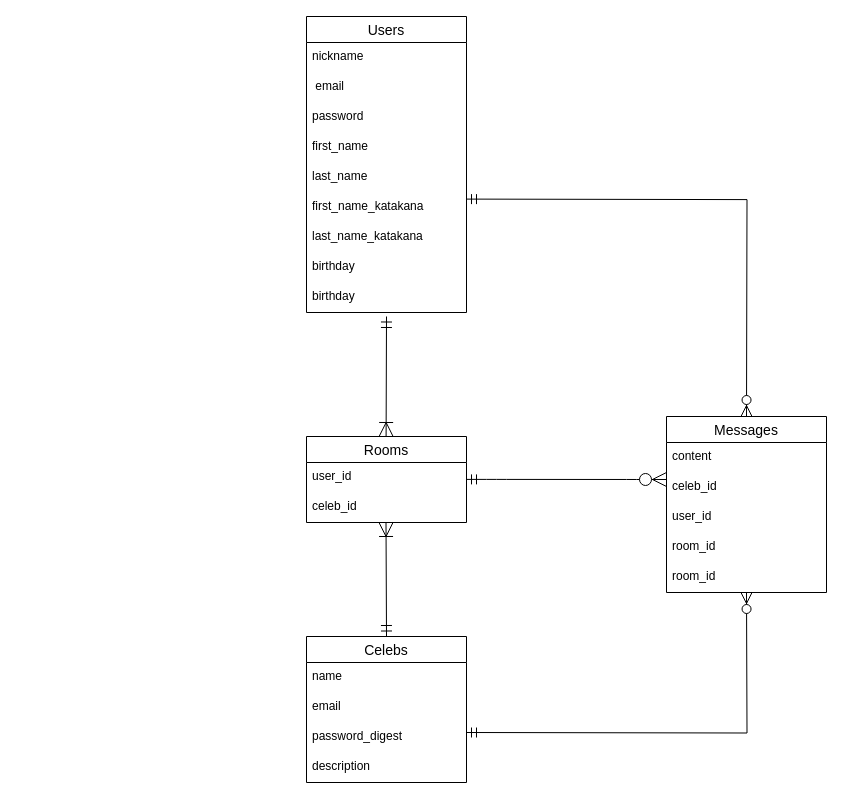
soma1999/myapp keeps this draw.io diagram as test.dio. Above is the earlier version. Source tidied: cells renumbered, new cells numbered last; positions are measured from the earlier drawing's top-left corner, leaving out a move shared by most shapes. Both pictures are drawn from the tidied source at 100%, with x=0, y=0 at pixel (306, 16).
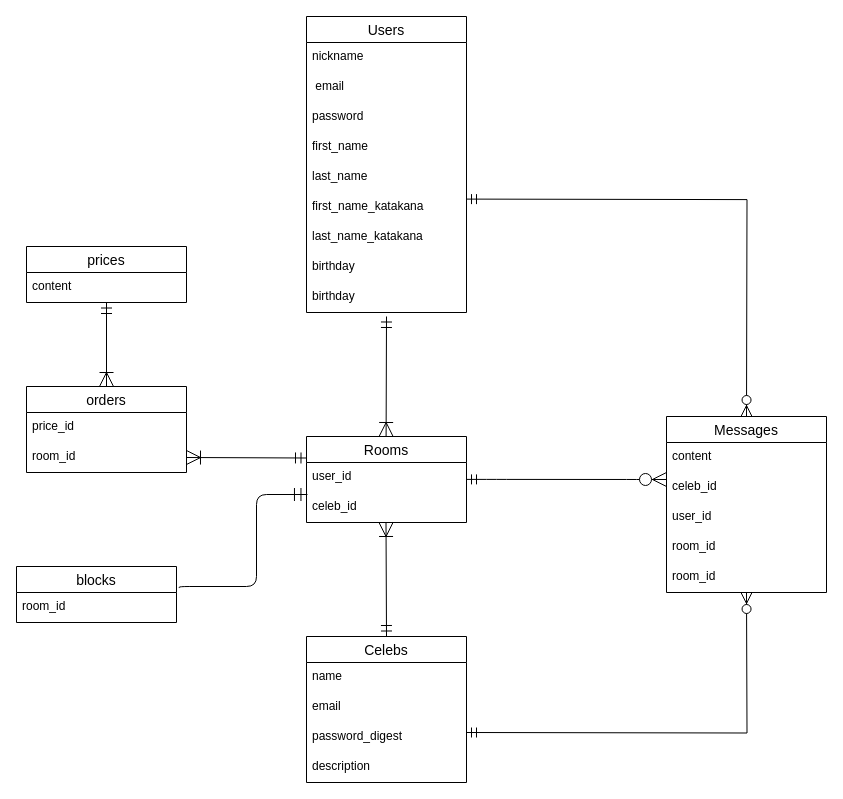
The same diagram, later.

The change refers to these unchanged cells:
```xml
<mxCell id="2" value="Rooms" style="swimlane;fontStyle=0;horizontal=1;startSize=26;align=center;fontSize=14;" parent="1" vertex="1">
  <mxGeometry y="420" width="160" height="86" as="geometry" />
</mxCell>
<mxCell id="3" value="user_id" style="text;strokeColor=none;fillColor=none;spacingLeft=4;spacingRight=4;overflow=hidden;points=[[0,0.5],[1,0.5]];portConstraint=eastwest;fontSize=12;" parent="2" vertex="1">
  <mxGeometry y="26" width="160" height="30" as="geometry" />
</mxCell>
```

The edit, as a diff of the source:
```diff
@@
+    <mxCell id="32" value="blocks" style="swimlane;fontStyle=0;horizontal=1;startSize=26;align=center;fontSize=14;" parent="1" vertex="1">
+      <mxGeometry x="-290" y="550" width="160" height="56" as="geometry" />
+    </mxCell>
+    <mxCell id="33" value="room_id" style="text;strokeColor=none;fillColor=none;spacingLeft=4;spacingRight=4;overflow=hidden;points=[[0,0.5],[1,0.5]];portConstraint=eastwest;fontSize=12;" parent="32" vertex="1">
+      <mxGeometry y="26" width="160" height="30" as="geometry" />
+    </mxCell>
+    <mxCell id="34" style="fontSize=12;html=1;endArrow=ERmandOne;entryX=0.006;entryY=1.067;entryDx=0;entryDy=0;entryPerimeter=0;endSize=11;edgeStyle=orthogonalEdgeStyle;exitX=1.017;exitY=-0.148;exitDx=0;exitDy=0;exitPerimeter=0;" parent="1" edge="1" source="33" target="3">
+      <mxGeometry relative="1" as="geometry">
+        <Array as="points">
+          <mxPoint x="-127" y="570" />
+          <mxPoint x="-50" y="570" />
+          <mxPoint x="-50" y="478" />
+        </Array>
+      </mxGeometry>
+    </mxCell>
+    <mxCell id="35" value="orders" style="swimlane;fontStyle=0;horizontal=1;startSize=26;align=center;fontSize=14;" parent="1" vertex="1">
+      <mxGeometry x="-280" y="370" width="160" height="86" as="geometry" />
+    </mxCell>
+    <mxCell id="36" value="price_id" style="text;strokeColor=none;fillColor=none;spacingLeft=4;spacingRight=4;overflow=hidden;fontSize=12;" parent="35" vertex="1">
+      <mxGeometry y="26" width="160" height="30" as="geometry" />
+    </mxCell>
+    <mxCell id="37" value="room_id" style="text;strokeColor=none;fillColor=none;spacingLeft=4;spacingRight=4;overflow=hidden;points=[[0,0.5],[1,0.5]];portConstraint=eastwest;fontSize=12;" parent="35" vertex="1">
+      <mxGeometry y="56" width="160" height="30" as="geometry" />
+    </mxCell>
+    <mxCell id="38" style="fontSize=12;html=1;endArrow=ERoneToMany;startArrow=ERmandOne;rounded=0;endSize=12;startSize=9;exitX=0;exitY=0.25;exitDx=0;exitDy=0;entryX=1;entryY=0.5;entryDx=0;entryDy=0;" parent="1" edge="1" source="2" target="37">
+      <mxGeometry relative="1" as="geometry" />
+    </mxCell>
+    <mxCell id="39" value="prices" style="swimlane;fontStyle=0;horizontal=1;startSize=26;align=center;fontSize=14;" parent="1" vertex="1">
+      <mxGeometry x="-280" y="230" width="160" height="56" as="geometry" />
+    </mxCell>
+    <mxCell id="40" value="content" style="text;strokeColor=none;fillColor=none;spacingLeft=4;spacingRight=4;overflow=hidden;fontSize=12;" parent="39" vertex="1">
+      <mxGeometry y="26" width="160" height="30" as="geometry" />
+    </mxCell>
+    <mxCell id="41" style="fontSize=12;html=1;endArrow=ERoneToMany;startArrow=ERmandOne;rounded=0;endSize=12;startSize=9;exitX=0.5;exitY=1;exitDx=0;exitDy=0;entryX=0.5;entryY=0;entryDx=0;entryDy=0;" parent="1" edge="1" source="39" target="35">
+      <mxGeometry relative="1" as="geometry" />
+    </mxCell>
```
